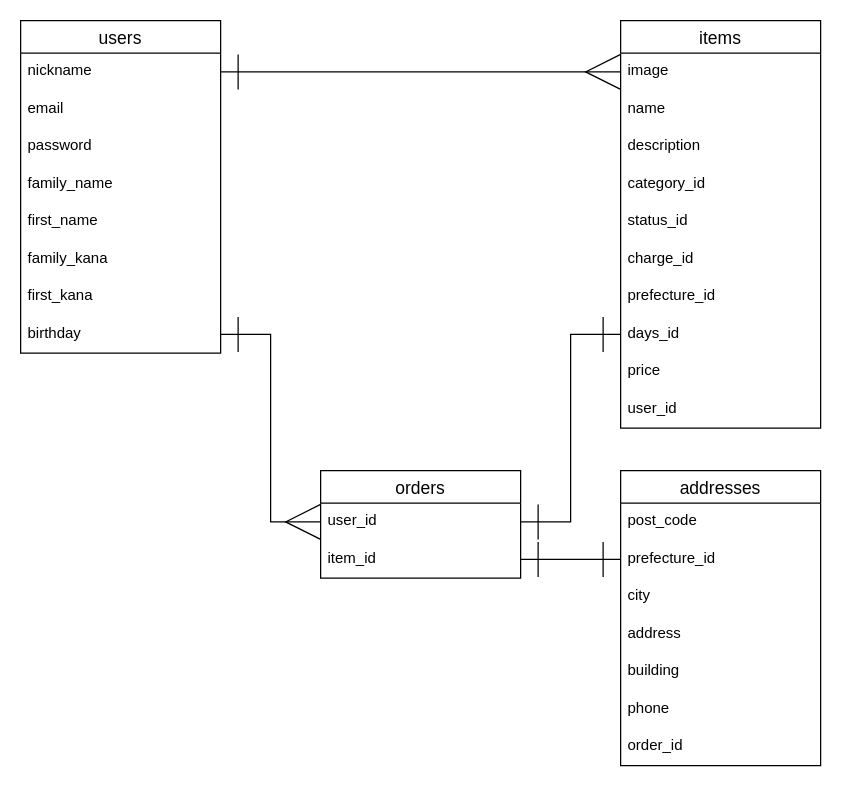
Before: furima.dio in zucky-ryo/furima-31084, a draw.io diagram. Source tidied: cells renumbered, new cells numbered last; positions are measured from the earlier drawing's top-left corner, leaving out a move shared by most shapes. Both pictures are drawn from the tidied source at 125%, with x=0, y=0 at pixel (20, 20).
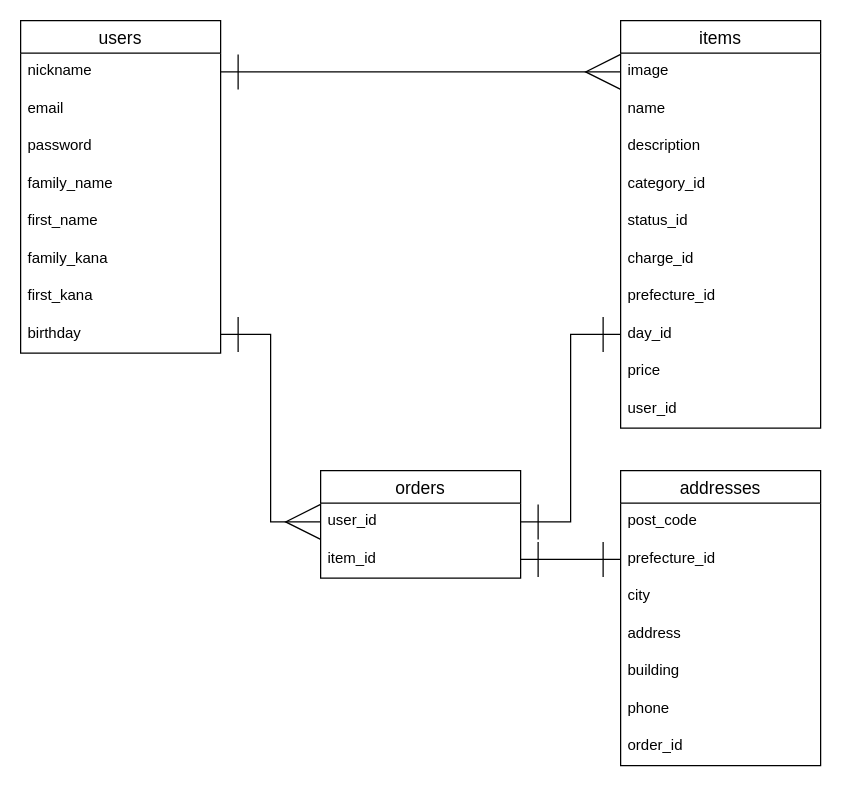
The same diagram, later.

Commit message (it also covers changes not shown here):
days_idカラム名をday_idに変更

The change refers to these unchanged cells:
```xml
<mxCell id="11" value="items" style="swimlane;fontStyle=0;horizontal=1;startSize=26;align=center;fontSize=14;" parent="1" vertex="1">
  <mxGeometry x="480" width="160" height="326" as="geometry" />
</mxCell>
```

Diff of the diagram source:
```diff
@@
-    <mxCell id="19" value="days_id" style="text;strokeColor=none;fillColor=none;spacingLeft=4;spacingRight=4;overflow=hidden;points=[[0,0.5],[1,0.5]];portConstraint=eastwest;fontSize=12;" parent="11" vertex="1">
+    <mxCell id="19" value="day_id" style="text;strokeColor=none;fillColor=none;spacingLeft=4;spacingRight=4;overflow=hidden;points=[[0,0.5],[1,0.5]];portConstraint=eastwest;fontSize=12;" parent="11" vertex="1">
       <mxGeometry y="236" width="160" height="30" as="geometry" />
     </mxCell>
```
